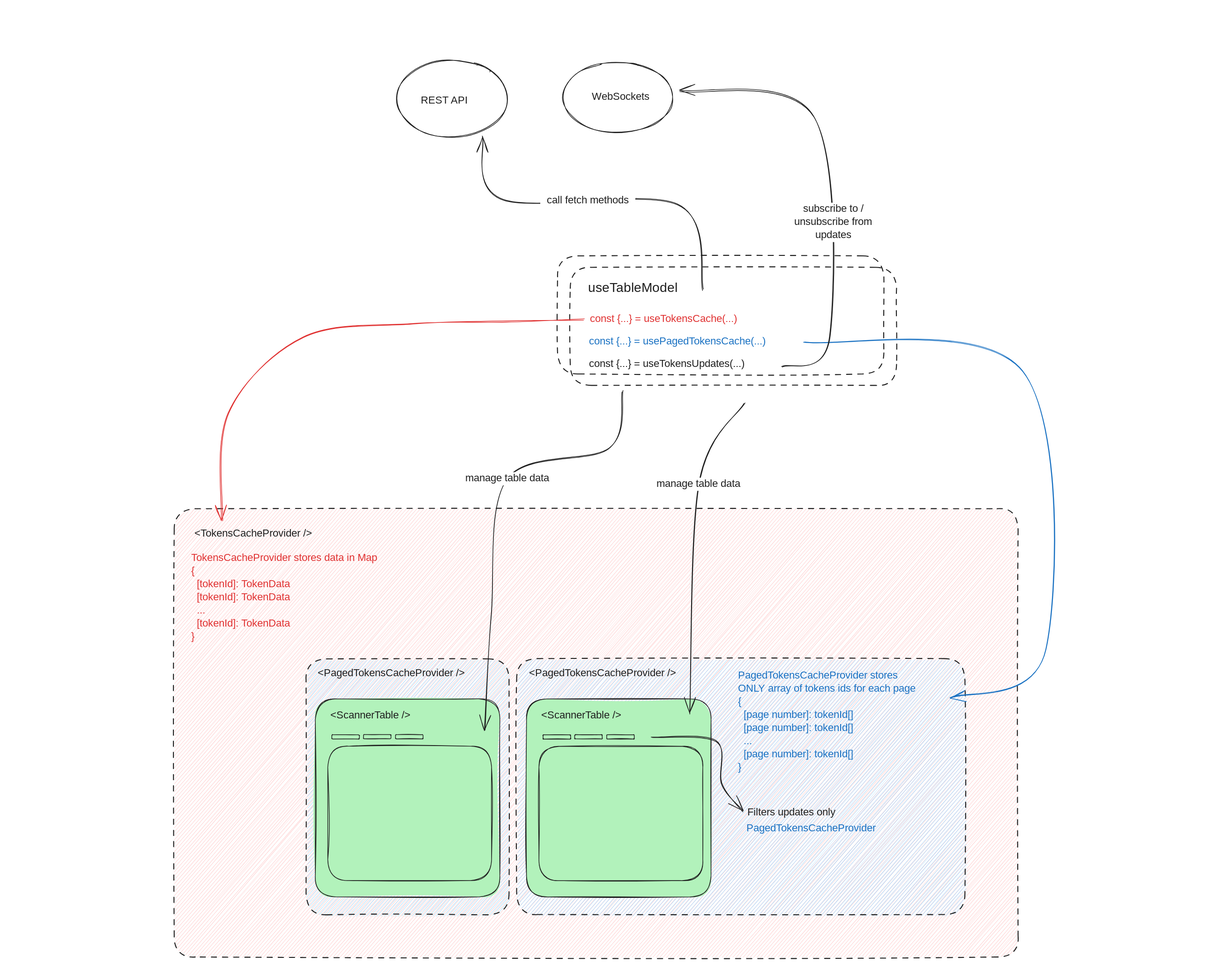
This is schema.excalidraw.svg from i2m/react-scanner, a Excalidraw export, as it was before one commit. Source tidied: one line per element, renumbered; positions are measured from the earlier drawing's top-left corner, leaving out a move shared by most shapes.
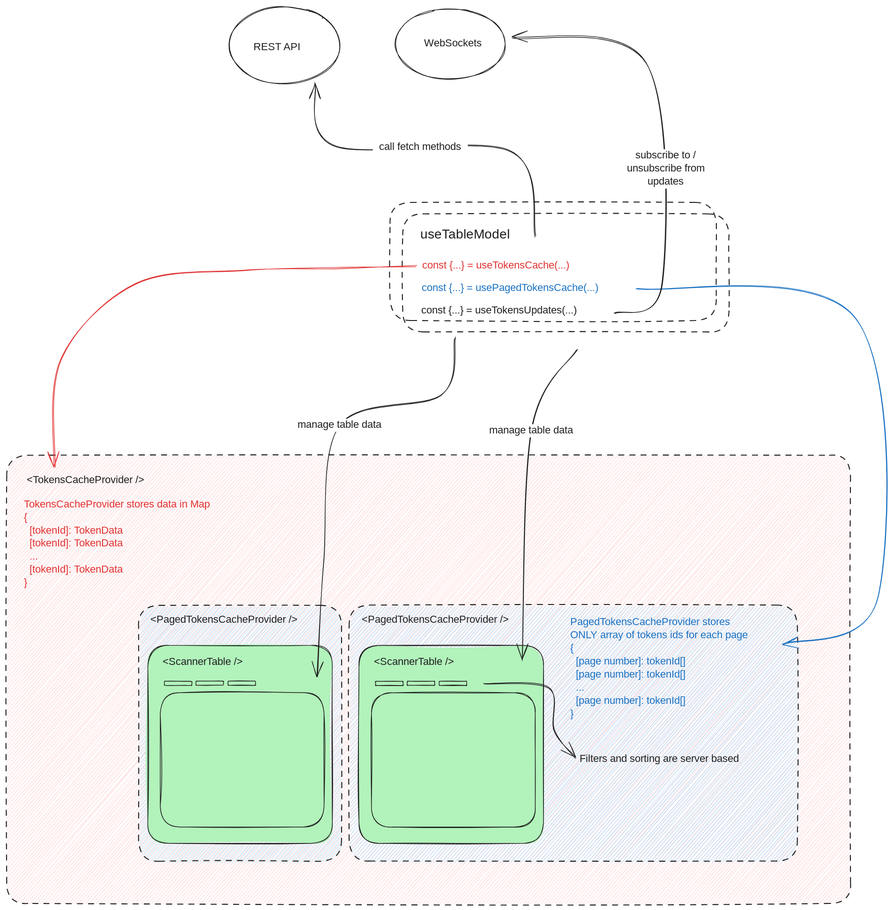
Above is the later version.

Commit message:
fix(doc): changes in dataflow scheme

Change to the diagram source:
```diff
@@ -22,8 +22,7 @@
 {"id": 21, "type": "text", "text": "REST API", "strokeColor": "#1e1e1e", "strokeWidth": 1, "roughness": 1, "fontSize": 16, "fontFamily": 5, "x": 376, "y": 56, "width": 84, "height": 20}
 {"id": 22, "type": "ellipse", "strokeColor": "#1e1e1e", "strokeWidth": 1, "roughness": 1, "round": true, "x": 592, "y": 7, "width": 168, "height": 108}
 {"id": 23, "type": "text", "text": "WebSockets", "strokeColor": "#1e1e1e", "strokeWidth": 1, "roughness": 1, "fontSize": 16, "fontFamily": 5, "x": 637, "y": 51, "width": 92, "height": 20}
-{"id": 24, "type": "text", "text": "Filters updates only", "strokeColor": "#1e1e1e", "strokeWidth": 1, "roughness": 1, "fontSize": 16, "fontFamily": 5, "x": 874, "y": 1141, "width": 156, "height": 20}
+{"id": 24, "type": "text", "text": "Filters and sorting are server based", "strokeColor": "#1e1e1e", "strokeWidth": 1, "roughness": 1, "fontSize": 16, "fontFamily": 5, "x": 874, "y": 1141, "width": 282, "height": 20}
-{"id": 25, "type": "text", "text": "PagedTokensCacheProvider", "strokeColor": "#1971c2", "strokeWidth": 1, "roughness": 1, "fontSize": 16, "fontFamily": 5, "x": 872, "y": 1165, "width": 213, "height": 20}
 {"id": 26, "type": "rectangle", "strokeColor": "#1e1e1e", "strokeWidth": 1, "strokeStyle": "dashed", "roughness": 1, "round": true, "x": 604, "y": 320, "width": 497, "height": 180}
 {"id": 27, "type": "text", "text": "useTableModel", "strokeColor": "#1e1e1e", "strokeWidth": 1, "roughness": 1, "fontSize": 20, "fontFamily": 5, "x": 631, "y": 340, "width": 140, "height": 25}
 {"id": 28, "type": "text", "text": "const {...} = useTokensCache(...)", "strokeColor": "#e03131", "strokeWidth": 1, "roughness": 1, "fontSize": 16, "fontFamily": 5, "x": 634, "y": 389, "width": 255, "height": 20}
@@ -40,4 +39,4 @@
 {"id": 39, "type": "arrow", "strokeColor": "#1e1e1e", "strokeWidth": 1, "roughness": 1, "endArrowhead": "arrow", "round": true, "from": 26, "to": 10, "x": 870, "y": 527, "width": 84, "height": 474, "points": [[0, 0], [-70, 124], [-84, 474]]}
 {"id": 40, "type": "text", "text": "manage table data", "strokeColor": "#1e1e1e", "strokeWidth": 1, "roughness": 1, "fontSize": 16, "fontFamily": 5, "textAlign": "center", "verticalAlign": "middle", "inside": 39, "x": 1125, "y": 521, "width": 144, "height": 20}
 {"id": 41, "type": "rectangle", "strokeColor": "#1e1e1e", "strokeWidth": 1, "strokeStyle": "dashed", "roughness": 1, "round": true, "x": 584, "y": 302, "width": 497, "height": 180}
-{"id": 42, "type": "arrow", "strokeColor": "#1e1e1e", "strokeWidth": 1, "roughness": 1, "endArrowhead": "arrow", "round": true, "from": 14, "to": 25, "x": 728, "y": 1035, "width": 138, "height": 114, "points": [[0, 0], [98, 8], [107, 71], [138, 114]]}
+{"id": 42, "type": "arrow", "strokeColor": "#1e1e1e", "strokeWidth": 1, "roughness": 1, "endArrowhead": "arrow", "round": true, "from": 14, "x": 728, "y": 1035, "width": 138, "height": 114, "points": [[0, 0], [98, 8], [107, 71], [138, 114]]}
```
